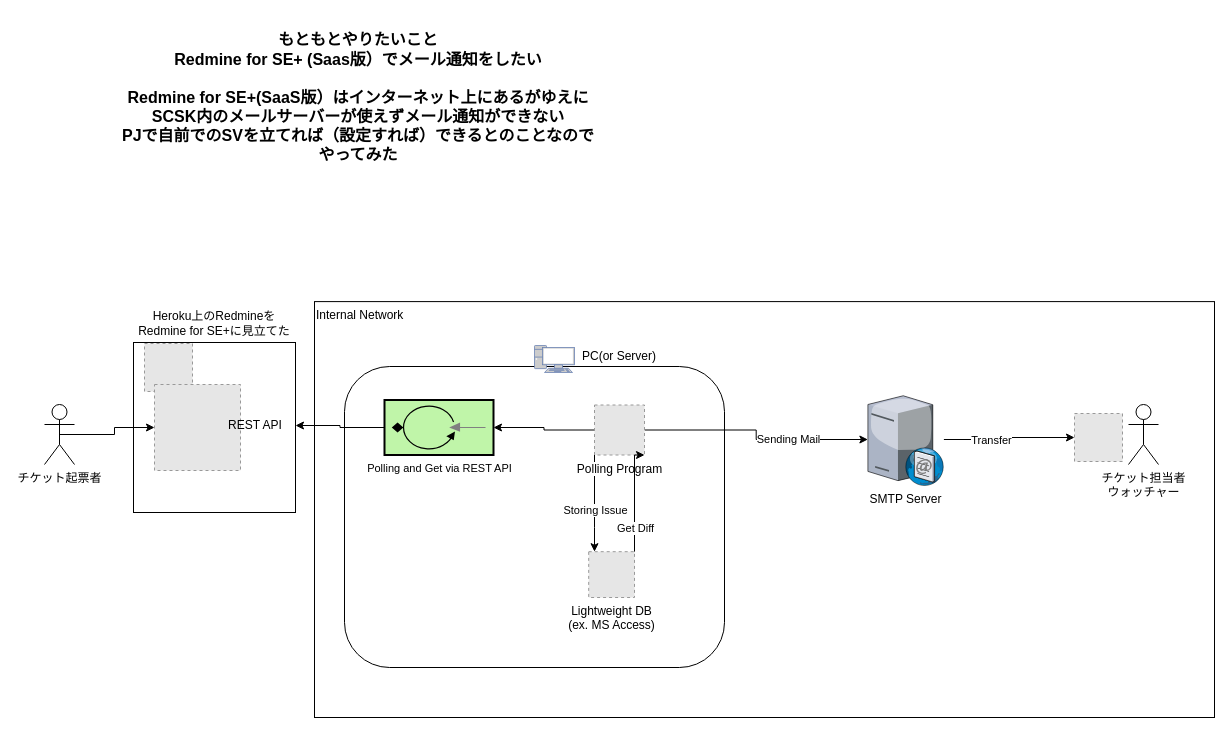
This is redmine-restapi-mailing.drawio from marzg510/m510-redmine-github, a draw.io file, before an edit. Source tidied: cells renumbered, new cells numbered last; positions are measured from the earlier drawing's top-left corner, leaving out a move shared by most shapes. Both pictures are drawn from the tidied source at 100%, with x=0, y=0 at pixel (44, 17). Pictures stored in the file or linked from it are replaced by grey dashed boxes.
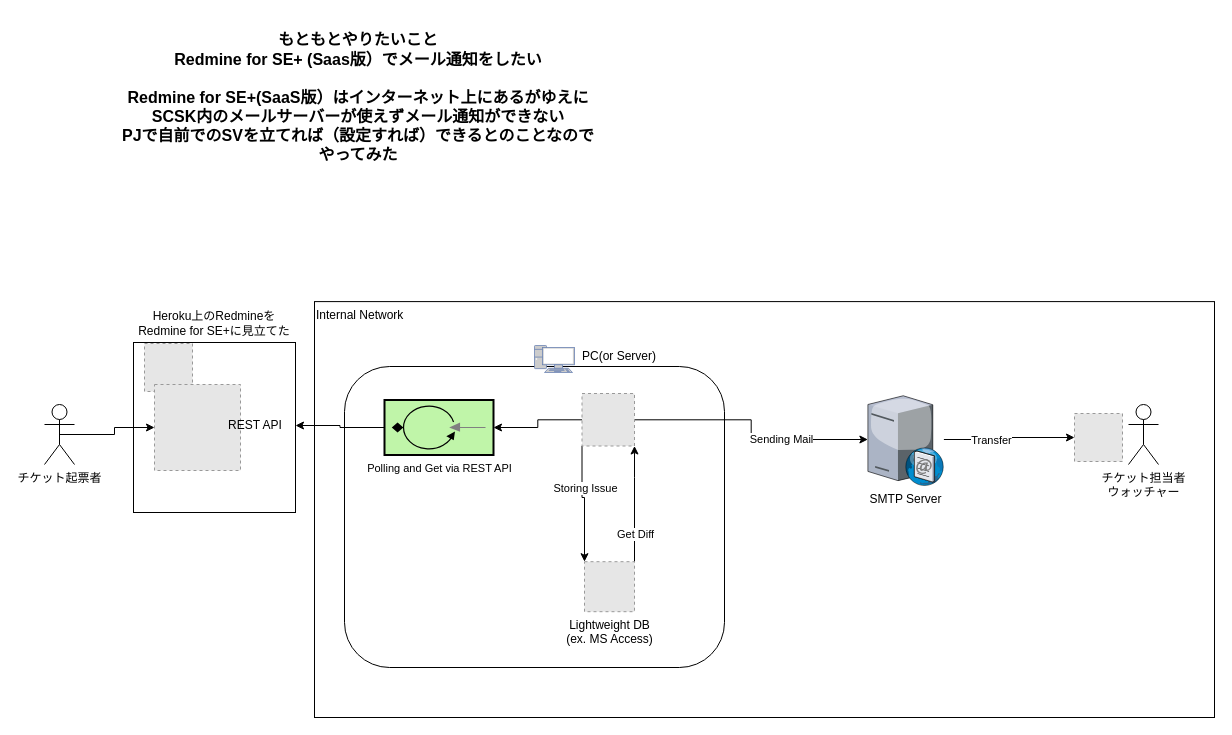
Above is the later version.

Unchanged cells that the change refers to:
```xml
<mxCell id="15" value="&lt;span style=&quot;font-size: 11px ; background-color: rgb(255 , 255 , 255)&quot;&gt;Polling and Get via REST API&lt;/span&gt;" style="fillColor=#c0f5a9;dashed=0;outlineConnect=0;strokeWidth=2;html=1;align=center;fontSize=8;verticalLabelPosition=bottom;verticalAlign=top;shape=mxgraph.eip.polling_consumer;direction=west;" parent="1" vertex="1">
  <mxGeometry x="340" y="382.5" width="109" height="55" as="geometry" />
</mxCell>
<mxCell id="25" value="SMTP Server" style="verticalLabelPosition=bottom;html=1;verticalAlign=top;strokeColor=none;align=center;outlineConnect=0;shape=mxgraph.citrix.smtp_server;" parent="1" vertex="1">
  <mxGeometry x="823.4" y="376" width="76" height="92" as="geometry" />
</mxCell>
```

Diff of the diagram source:
```diff
@@
-    <mxCell id="16" style="edgeStyle=orthogonalEdgeStyle;rounded=0;jettySize=auto;html=1;" parent="1" edge="1" source="21" target="25">
+    <mxCell id="16" style="edgeStyle=orthogonalEdgeStyle;rounded=0;jettySize=auto;html=1;" parent="1" edge="1" source="30" target="25">
       <mxGeometry relative="1" as="geometry" />
     </mxCell>
@@
-    <mxCell id="18" style="edgeStyle=orthogonalEdgeStyle;rounded=0;jettySize=auto;html=1;" parent="1" edge="1" source="21" target="29">
+    <mxCell id="18" style="edgeStyle=orthogonalEdgeStyle;rounded=0;jettySize=auto;html=1;exitX=0;exitY=1;exitDx=0;exitDy=0;entryX=0;entryY=0;entryDx=0;entryDy=0;" parent="1" edge="1" source="30" target="29">
       <mxGeometry relative="1" as="geometry">
         <Array as="points">
-          <mxPoint x="550" y="510" />
-          <mxPoint x="550" y="510" />
+          <mxPoint x="538" y="480" />
+          <mxPoint x="540" y="480" />
         </Array>
       </mxGeometry>
     </mxCell>
     <mxCell id="19" value="Storing Issue" style="edgeLabel;html=1;align=center;verticalAlign=middle;" parent="18" vertex="1">
       <mxGeometry x="0.25" relative="1" as="geometry">
-        <mxPoint y="-5.4" as="offset" />
+        <mxPoint y="-30" as="offset" />
       </mxGeometry>
     </mxCell>
-    <mxCell id="20" style="edgeStyle=orthogonalEdgeStyle;rounded=0;jettySize=auto;html=1;" parent="1" edge="1" source="21" target="15">
+    <mxCell id="20" style="edgeStyle=orthogonalEdgeStyle;rounded=0;jettySize=auto;html=1;" parent="1" edge="1" source="30" target="15">
       <mxGeometry relative="1" as="geometry" />
     </mxCell>
-    <mxCell id="21" value="Polling Program" style="fillColor=#E6E6E6;strokeColor=#999999;dashed=1;html=1;verticalAlign=top;verticalLabelPosition=bottom;labelBackgroundColor=#ffffff;align=center;" parent="1" vertex="1">
-      <mxGeometry x="550" y="387.5" width="50" height="50" as="geometry" />
-    </mxCell>
@@
-    <mxCell id="27" style="edgeStyle=orthogonalEdgeStyle;rounded=0;jettySize=auto;html=1;entryX=1;entryY=1;entryDx=0;entryDy=0;" parent="1" edge="1" source="29" target="21">
+    <mxCell id="27" style="edgeStyle=orthogonalEdgeStyle;rounded=0;jettySize=auto;html=1;entryX=1;entryY=1;entryDx=0;entryDy=0;" parent="1" edge="1" source="29" target="30">
       <mxGeometry relative="1" as="geometry">
         <Array as="points">
-          <mxPoint x="590" y="510" />
-          <mxPoint x="590" y="510" />
+          <mxPoint x="590" y="460" />
+          <mxPoint x="590" y="460" />
         </Array>
       </mxGeometry>
     </mxCell>
@@
     <mxCell id="29" value="Lightweight DB&lt;br&gt;(ex. MS Access)" style="fillColor=#E6E6E6;strokeColor=#999999;dashed=1;html=1;verticalAlign=top;verticalLabelPosition=bottom;labelBackgroundColor=#ffffff;align=center;" parent="1" vertex="1">
-      <mxGeometry x="544.2" y="534.2" width="45.8" height="45.8" as="geometry" />
+      <mxGeometry x="540" y="544.2" width="50" height="50" as="geometry" />
     </mxCell>
+    <mxCell id="30" style="fillColor=#E6E6E6;strokeColor=#999999;dashed=1;html=1;verticalAlign=top;verticalLabelPosition=bottom;labelBackgroundColor=#ffffff;align=center;" parent="1" vertex="1">
+      <mxGeometry x="537.5" y="376" width="52.5" height="52.5" as="geometry" />
+    </mxCell>
```
